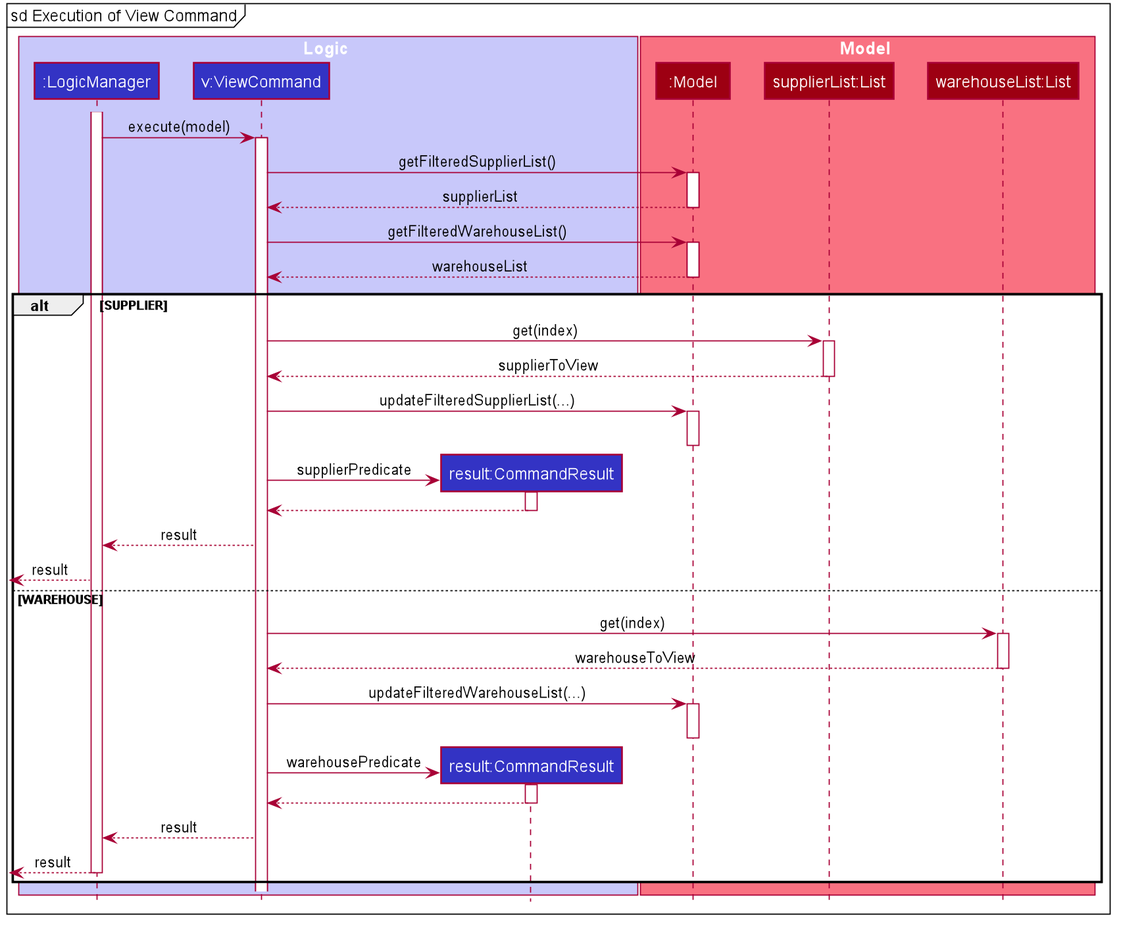
Earlier version of the PlantUML export docs/images/ViewCommandExecutionSequenceDiagram.png (tohyuting/tp).
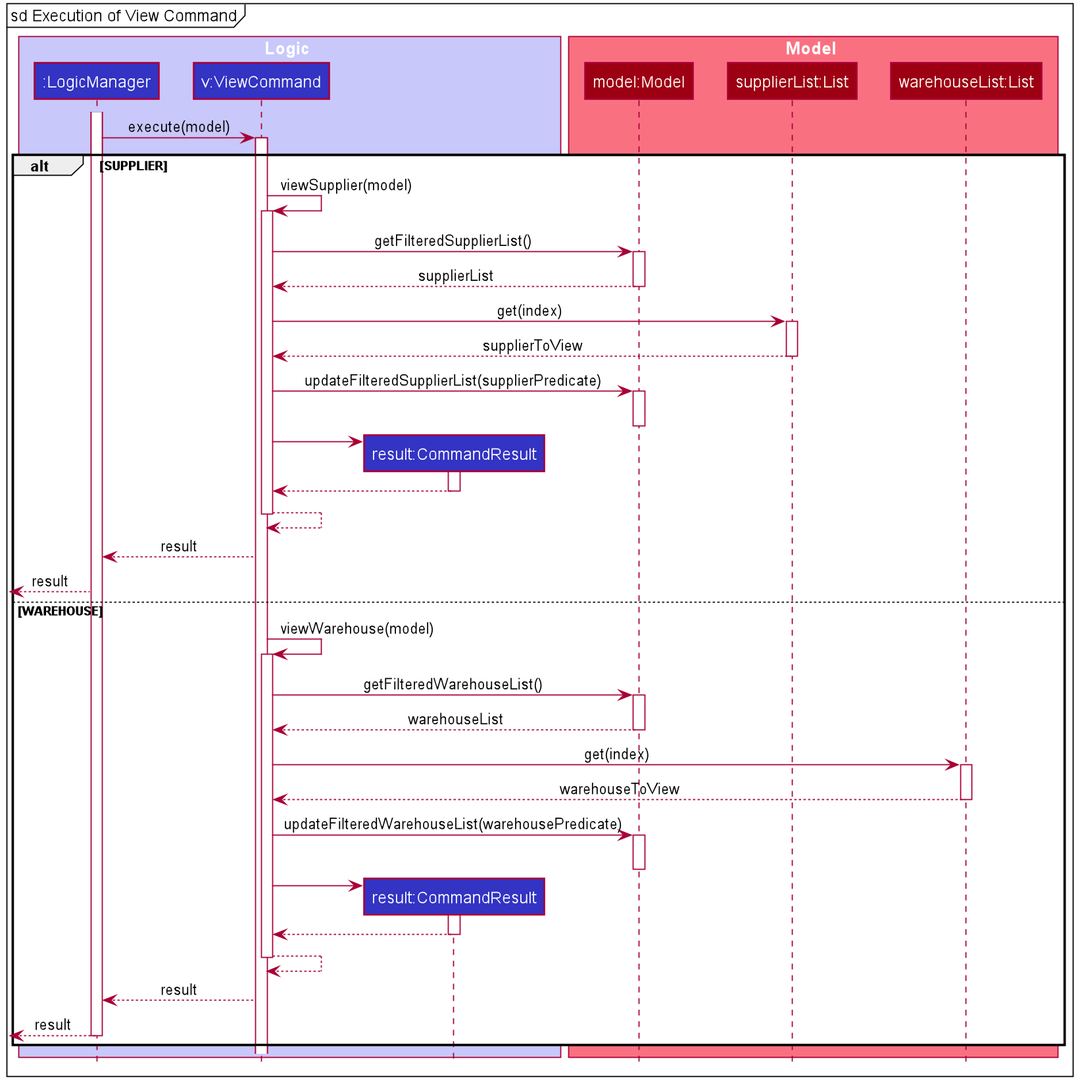
Above is the later version.

Commit message:
Update execution diagrams

Change to the diagram source:
```diff
@@ -55,7 +55,7 @@
 end box
 
 box Model #F97181
-participant ":Model" as Model #9D0012
+participant "model:Model" as Model #9D0012
 participant "supplierList:List" as SupplierList #9D0012
 participant "warehouseList:List" as WarehouseList #9D0012
 end box
@@ -63,50 +63,57 @@
 activate LogicManager
 LogicManager -> ViewCommand : execute(model)
 activate ViewCommand
+
+alt SUPPLIER
+ViewCommand -> ViewCommand : viewSupplier(model)
+activate ViewCommand
 ViewCommand -> Model : getFilteredSupplierList()
 activate Model
-
 Model --> ViewCommand : supplierList
 deactivate
 
-ViewCommand -> Model : getFilteredWarehouseList()
-activate Model
-Model --> ViewCommand : warehouseList
-deactivate
-
-alt SUPPLIER
 ViewCommand -> SupplierList : get(index)
 activate SupplierList
 SupplierList --> ViewCommand : supplierToView
 deactivate SupplierList
 
-ViewCommand -> Model : updateFilteredSupplierList(...)
+ViewCommand -> Model : updateFilteredSupplierList(supplierPredicate)
 activate Model
 deactivate Model
 
 create CommandResult
-ViewCommand -> CommandResult : supplierPredicate
+ViewCommand -> CommandResult
 activate CommandResult
 CommandResult --> ViewCommand
 deactivate CommandResult
+ViewCommand --> ViewCommand
+deactivate ViewCommand
 ViewCommand --> LogicManager : result
 [<--LogicManager : result
 
 else WAREHOUSE
+ViewCommand -> ViewCommand : viewWarehouse(model)
+activate ViewCommand
+ViewCommand -> Model : getFilteredWarehouseList()
+activate Model
+Model --> ViewCommand : warehouseList
+deactivate
 ViewCommand -> WarehouseList : get(index)
 activate WarehouseList
 WarehouseList --> ViewCommand : warehouseToView
 deactivate WarehouseList
 
-ViewCommand -> Model : updateFilteredWarehouseList(...)
+ViewCommand -> Model : updateFilteredWarehouseList(warehousePredicate)
 activate Model
 deactivate Model
 
 create CommandResult
-ViewCommand -> CommandResult : warehousePredicate
+ViewCommand -> CommandResult
 activate CommandResult
 CommandResult --> ViewCommand
 deactivate CommandResult
+ViewCommand --> ViewCommand
+deactivate ViewCommand
 ViewCommand --> LogicManager : result
 [<--LogicManager : result
 deactivate LogicManager
```
